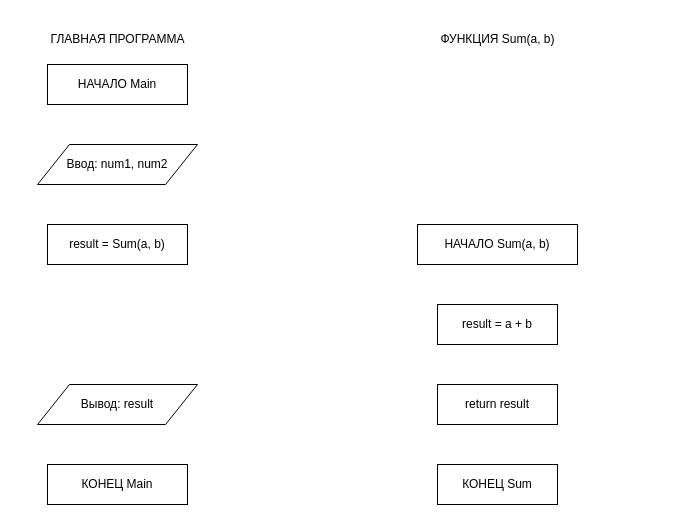
Arina-loiko/isrpo_lab17 keeps this draw.io diagram as diagrams/step8_calculator.drawio. Above is the earlier version. Source tidied: cells renumbered, new cells numbered last; positions are measured from the earlier drawing's top-left corner, leaving out a move shared by most shapes. Both pictures are drawn from the tidied source at 100%, with x=0, y=0 at pixel (37, 24).
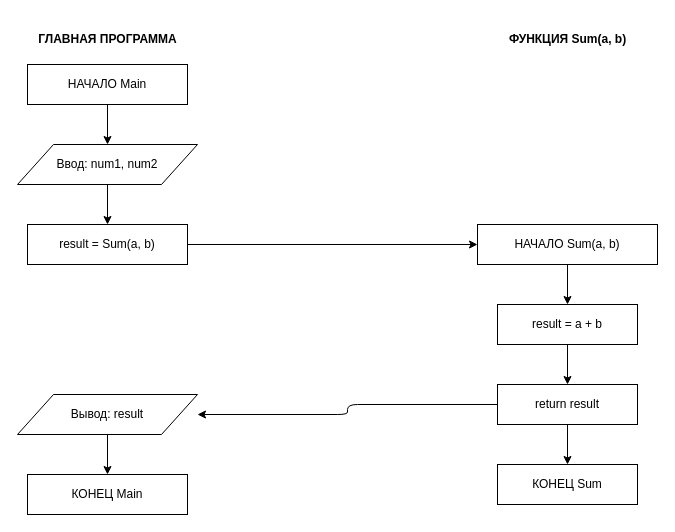
After the change.

Diff of the diagram source:
```diff
@@
-    <mxCell id="2" value="ГЛАВНАЯ ПРОГРАММА" style="text;html=1;strokeColor=none;fillColor=none;align=center;verticalAlign=middle;" parent="1" vertex="1">
-      <mxGeometry width="160" height="30" as="geometry" />
+    <mxCell id="2" value="ГЛАВНАЯ ПРОГРАММА" style="text;html=1;strokeColor=none;fillColor=none;align=center;verticalAlign=middle;fontStyle=1;" parent="1" vertex="1">
+      <mxGeometry x="-20" width="180" height="30" as="geometry" />
     </mxCell>
-    <mxCell id="3" value="ФУНКЦИЯ Sum(a, b)" style="text;html=1;strokeColor=none;fillColor=none;align=center;verticalAlign=middle;" parent="1" vertex="1">
-      <mxGeometry x="380" width="160" height="30" as="geometry" />
+    <mxCell id="3" value="ФУНКЦИЯ Sum(a, b)" style="text;html=1;strokeColor=none;fillColor=none;align=center;verticalAlign=middle;fontStyle=1;" parent="1" vertex="1">
+      <mxGeometry x="440" width="180" height="30" as="geometry" />
     </mxCell>
     <mxCell id="4" value="НАЧАЛО Main" style="rounded=0;whiteSpace=wrap;html=1;" parent="1" vertex="1">
-      <mxGeometry x="10" y="40" width="140" height="40" as="geometry" />
+      <mxGeometry x="-10" y="40" width="160" height="40" as="geometry" />
     </mxCell>
     <mxCell id="5" value="Ввод: num1, num2" style="shape=parallelogram;whiteSpace=wrap;html=1;" parent="1" vertex="1">
-      <mxGeometry y="120" width="160" height="40" as="geometry" />
+      <mxGeometry x="-20" y="120" width="180" height="40" as="geometry" />
     </mxCell>
     <mxCell id="6" value="result = Sum(a, b)" style="rounded=0;whiteSpace=wrap;html=1;" parent="1" vertex="1">
-      <mxGeometry x="10" y="200" width="140" height="40" as="geometry" />
+      <mxGeometry x="-10" y="200" width="160" height="40" as="geometry" />
     </mxCell>
     <mxCell id="7" value="НАЧАЛО Sum(a, b)" style="rounded=0;whiteSpace=wrap;html=1;" parent="1" vertex="1">
-      <mxGeometry x="380" y="200" width="160" height="40" as="geometry" />
+      <mxGeometry x="440" y="200" width="180" height="40" as="geometry" />
     </mxCell>
     <mxCell id="8" value="result = a + b" style="rounded=0;whiteSpace=wrap;html=1;" parent="1" vertex="1">
-      <mxGeometry x="400" y="280" width="120" height="40" as="geometry" />
+      <mxGeometry x="460" y="280" width="140" height="40" as="geometry" />
     </mxCell>
     <mxCell id="9" value="return result" style="rounded=0;whiteSpace=wrap;html=1;" parent="1" vertex="1">
-      <mxGeometry x="400" y="360" width="120" height="40" as="geometry" />
+      <mxGeometry x="460" y="360" width="140" height="40" as="geometry" />
     </mxCell>
     <mxCell id="10" value="КОНЕЦ Sum" style="rounded=0;whiteSpace=wrap;html=1;" parent="1" vertex="1">
-      <mxGeometry x="400" y="440" width="120" height="40" as="geometry" />
+      <mxGeometry x="460" y="440" width="140" height="40" as="geometry" />
     </mxCell>
     <mxCell id="11" value="Вывод: result" style="shape=parallelogram;whiteSpace=wrap;html=1;" parent="1" vertex="1">
-      <mxGeometry y="360" width="160" height="40" as="geometry" />
+      <mxGeometry x="-20" y="370" width="180" height="40" as="geometry" />
     </mxCell>
     <mxCell id="12" value="КОНЕЦ Main" style="rounded=0;whiteSpace=wrap;html=1;" parent="1" vertex="1">
-      <mxGeometry x="10" y="440" width="140" height="40" as="geometry" />
+      <mxGeometry x="-10" y="450" width="160" height="40" as="geometry" />
     </mxCell>
-    <mxCell id="13" style="edgeStyle=orthogonalEdgeStyle;" parent="1" edge="1" source="4" target="5" />
+    <mxCell id="13" style="edgeStyle=orthogonalEdgeStyle;" parent="1" edge="1" source="4" target="5">
+      <mxGeometry relative="1" as="geometry" />
+    </mxCell>
-    <mxCell id="14" style="edgeStyle=orthogonalEdgeStyle;" parent="1" edge="1" source="5" target="6" />
+    <mxCell id="14" style="edgeStyle=orthogonalEdgeStyle;" parent="1" edge="1" source="5" target="6">
+      <mxGeometry relative="1" as="geometry" />
+    </mxCell>
-    <mxCell id="15" style="edgeStyle=orthogonalEdgeStyle;" parent="1" edge="1" source="6" target="7" />
+    <mxCell id="15" style="edgeStyle=orthogonalEdgeStyle;" parent="1" edge="1" source="6" target="7">
+      <mxGeometry relative="1" as="geometry" />
+    </mxCell>
-    <mxCell id="16" style="edgeStyle=orthogonalEdgeStyle;" parent="1" edge="1" source="7" target="8" />
+    <mxCell id="16" style="edgeStyle=orthogonalEdgeStyle;" parent="1" edge="1" source="7" target="8">
+      <mxGeometry relative="1" as="geometry" />
+    </mxCell>
-    <mxCell id="17" style="edgeStyle=orthogonalEdgeStyle;" parent="1" edge="1" source="8" target="9" />
+    <mxCell id="17" style="edgeStyle=orthogonalEdgeStyle;" parent="1" edge="1" source="8" target="9">
+      <mxGeometry relative="1" as="geometry" />
+    </mxCell>
-    <mxCell id="18" style="edgeStyle=orthogonalEdgeStyle;" parent="1" edge="1" source="9" target="11" />
+    <mxCell id="18" style="edgeStyle=orthogonalEdgeStyle;" parent="1" edge="1" source="9" target="11">
+      <mxGeometry relative="1" as="geometry" />
+    </mxCell>
-    <mxCell id="19" style="edgeStyle=orthogonalEdgeStyle;" parent="1" edge="1" source="9" target="10" />
+    <mxCell id="19" style="edgeStyle=orthogonalEdgeStyle;" parent="1" edge="1" source="9" target="10">
+      <mxGeometry relative="1" as="geometry" />
+    </mxCell>
-    <mxCell id="20" style="edgeStyle=orthogonalEdgeStyle;" parent="1" edge="1" source="11" target="12" />
+    <mxCell id="20" style="edgeStyle=orthogonalEdgeStyle;" parent="1" edge="1" source="11" target="12">
+      <mxGeometry relative="1" as="geometry" />
+    </mxCell>
```
